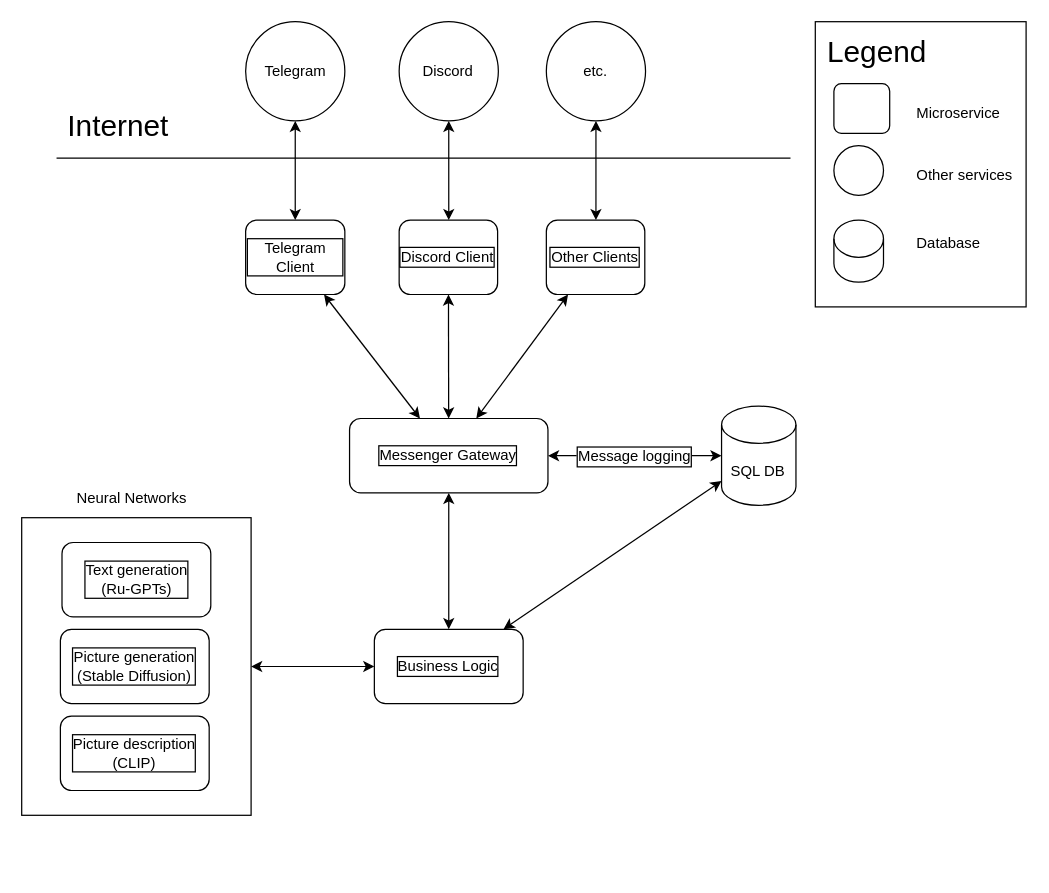
Before: diagrams/GeneralArchitecture.drawio in Kepler-Br/omega-momiji-architecture, a draw.io diagram. Source tidied: cells renumbered, new cells numbered last; positions are measured from the earlier drawing's top-left corner, leaving out a move shared by most shapes. Both pictures are drawn from the tidied source at 124%, with x=0, y=0 at pixel (21, 21).
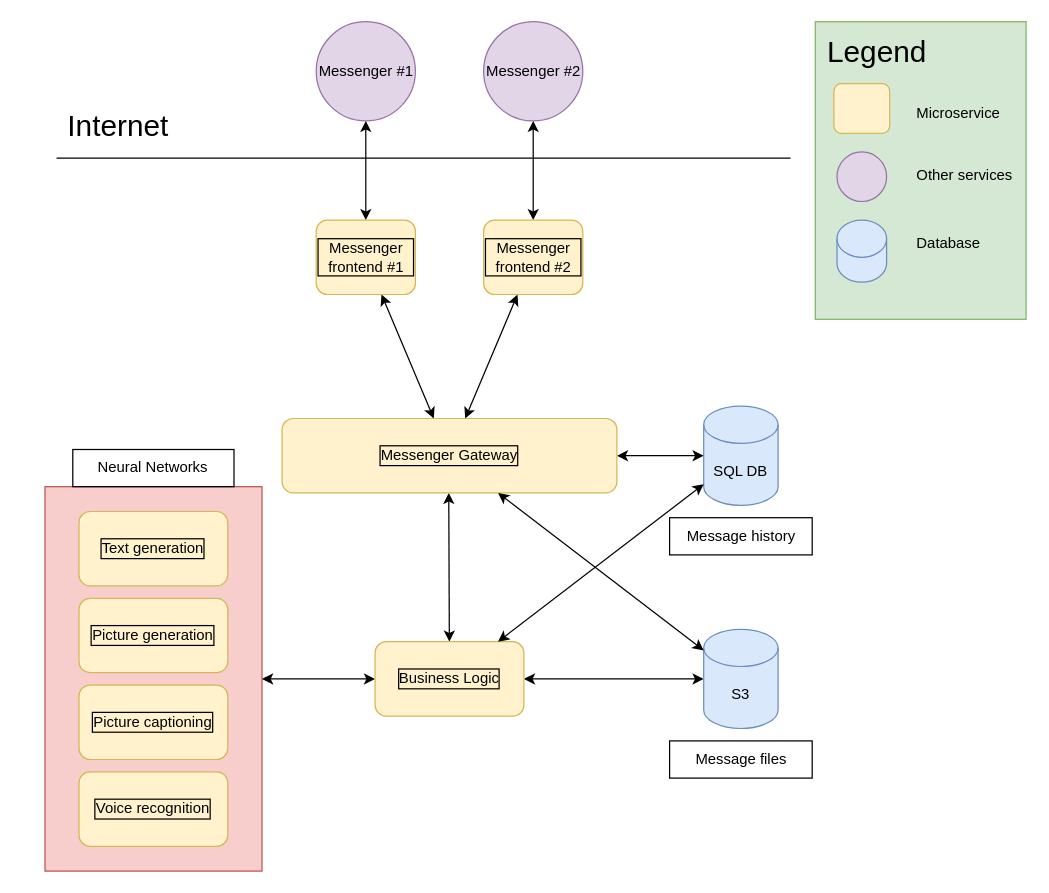
Above is the later version.

Commit message (it also covers changes not shown here):
Swagger descriptions and updated architecture overview

The change refers to these unchanged cells:
```xml
<mxCell id="9" style="endArrow=classic;startArrow=classic;html=1;rounded=0;" parent="1" edge="1" source="21" target="8">
  <mxGeometry relative="1" as="geometry" />
</mxCell>
```

What changed in the source:
```diff
@@
-    <mxCell id="2" style="rounded=0;whiteSpace=wrap;html=1;labelBorderColor=default;fontSize=24;" parent="1" vertex="1">
-      <mxGeometry x="640" width="170" height="230" as="geometry" />
+    <mxCell id="2" style="rounded=0;whiteSpace=wrap;html=1;labelBorderColor=default;fontSize=24;fillColor=#d5e8d4;strokeColor=#82b366;" parent="1" vertex="1">
+      <mxGeometry x="640" width="170" height="240" as="geometry" />
     </mxCell>
-    <mxCell id="3" style="whiteSpace=wrap;html=1;" parent="1" vertex="1">
-      <mxGeometry y="400" width="185" height="240" as="geometry" />
+    <mxCell id="3" style="whiteSpace=wrap;html=1;fillColor=#f8cecc;strokeColor=#b85450;" parent="1" vertex="1">
+      <mxGeometry x="18.8" y="375" width="175" height="310" as="geometry" />
     </mxCell>
-    <mxCell id="4" value="Neural Networks" style="text;html=1;strokeColor=none;fillColor=none;align=center;verticalAlign=middle;whiteSpace=wrap;rounded=0;" parent="1" vertex="1">
-      <mxGeometry x="24.4" y="370" width="130" height="30" as="geometry" />
+    <mxCell id="4" value="Neural Networks" style="text;html=1;strokeColor=default;fillColor=none;align=center;verticalAlign=middle;whiteSpace=wrap;rounded=0;" parent="1" vertex="1">
+      <mxGeometry x="41.2" y="345" width="130" height="30" as="geometry" />
     </mxCell>
@@
-    <mxCell id="7" style="endArrow=classic;startArrow=classic;html=1;rounded=0;" parent="1" edge="1" source="21" target="24">
-      <mxGeometry relative="1" as="geometry" />
-    </mxCell>
-    <mxCell id="8" value="SQL DB" style="shape=cylinder3;whiteSpace=wrap;html=1;boundedLbl=1;backgroundOutline=1;size=15;" parent="1" vertex="1">
-      <mxGeometry x="564.4" y="310" width="60" height="80" as="geometry" />
+    <mxCell id="8" value="SQL DB" style="shape=cylinder3;whiteSpace=wrap;html=1;boundedLbl=1;backgroundOutline=1;size=15;fillColor=#dae8fc;strokeColor=#6c8ebf;" parent="1" vertex="1">
+      <mxGeometry x="550" y="310" width="60" height="80" as="geometry" />
     </mxCell>
@@
-    <mxCell id="10" value="Message logging" style="edgeLabel;html=1;align=center;verticalAlign=middle;fontSize=12;labelBorderColor=default;" parent="9" vertex="1">
-      <mxGeometry x="-0.02" relative="1" as="geometry" />
-    </mxCell>
@@
-    <mxCell id="12" value="Telegram" style="ellipse;whiteSpace=wrap;html=1;" parent="1" vertex="1">
-      <mxGeometry x="180.6" width="80" height="80" as="geometry" />
+    <mxCell id="12" value="Messenger #1" style="ellipse;whiteSpace=wrap;html=1;fillColor=#e1d5e7;strokeColor=#9673a6;" parent="1" vertex="1">
+      <mxGeometry x="237.5" width="80" height="80" as="geometry" />
     </mxCell>
-    <mxCell id="13" value="Discord" style="ellipse;whiteSpace=wrap;html=1;" parent="1" vertex="1">
-      <mxGeometry x="304.4" width="80" height="80" as="geometry" />
-    </mxCell>
-    <mxCell id="14" value="etc." style="ellipse;whiteSpace=wrap;html=1;" parent="1" vertex="1">
-      <mxGeometry x="423.1" width="80" height="80" as="geometry" />
+    <mxCell id="14" value="Messenger #2" style="ellipse;whiteSpace=wrap;html=1;fillColor=#e1d5e7;strokeColor=#9673a6;" parent="1" vertex="1">
+      <mxGeometry x="372.5" width="80" height="80" as="geometry" />
     </mxCell>
@@
     <mxCell id="17" style="endArrow=classic;startArrow=classic;html=1;rounded=0;" parent="1" edge="1" target="12">
       <mxGeometry relative="1" as="geometry">
-        <mxPoint x="220.6" y="160" as="sourcePoint" />
+        <mxPoint x="277.5" y="160" as="sourcePoint" />
       </mxGeometry>
     </mxCell>
-    <mxCell id="18" style="endArrow=classic;startArrow=classic;html=1;rounded=0;" parent="1" edge="1" target="13">
-      <mxGeometry relative="1" as="geometry">
-        <mxPoint x="344.4" y="160" as="sourcePoint" />
-      </mxGeometry>
-    </mxCell>
-    <mxCell id="19" style="endArrow=classic;startArrow=classic;html=1;rounded=0;" parent="1" edge="1" target="14">
-      <mxGeometry relative="1" as="geometry">
-        <mxPoint x="463.1" y="160" as="sourcePoint" />
-      </mxGeometry>
+    <mxCell id="19" style="endArrow=classic;startArrow=classic;html=1;rounded=0;" parent="1" edge="1" source="44" target="14">
+      <mxGeometry relative="1" as="geometry" />
     </mxCell>
-    <mxCell id="20" style="endArrow=classic;startArrow=classic;html=1;rounded=0;fontSize=24;" parent="1" edge="1" source="8" target="23">
+    <mxCell id="20" style="endArrow=classic;startArrow=classic;html=1;rounded=0;fontSize=24;" parent="1" edge="1" source="37" target="23">
       <mxGeometry relative="1" as="geometry" />
     </mxCell>
-    <mxCell id="21" value="Messenger Gateway" style="rounded=1;whiteSpace=wrap;html=1;labelBorderColor=default;fontSize=12;" parent="1" vertex="1">
-      <mxGeometry x="264.4" y="320" width="160" height="60" as="geometry" />
+    <mxCell id="21" value="Messenger Gateway" style="rounded=1;whiteSpace=wrap;html=1;labelBorderColor=default;fontSize=12;fillColor=#fff2cc;strokeColor=#d6b656;" parent="1" vertex="1">
+      <mxGeometry x="210" y="320" width="270" height="60" as="geometry" />
     </mxCell>
-    <mxCell id="22" value="Telegram Client" style="rounded=1;whiteSpace=wrap;html=1;labelBorderColor=default;fontSize=12;" parent="1" vertex="1">
-      <mxGeometry x="180.6" y="160" width="80" height="60" as="geometry" />
+    <mxCell id="22" value="Messenger frontend #1" style="rounded=1;whiteSpace=wrap;html=1;labelBorderColor=default;fontSize=12;fillColor=#fff2cc;strokeColor=#d6b656;" parent="1" vertex="1">
+      <mxGeometry x="237.5" y="160" width="80" height="60" as="geometry" />
     </mxCell>
-    <mxCell id="23" value="Business Logic" style="rounded=1;whiteSpace=wrap;html=1;labelBorderColor=default;fontSize=12;" parent="1" vertex="1">
-      <mxGeometry x="284.4" y="490" width="120" height="60" as="geometry" />
+    <mxCell id="23" value="Business Logic" style="rounded=1;whiteSpace=wrap;html=1;labelBorderColor=default;fontSize=12;fillColor=#fff2cc;strokeColor=#d6b656;" parent="1" vertex="1">
+      <mxGeometry x="285" y="500" width="120" height="60" as="geometry" />
     </mxCell>
-    <mxCell id="24" value="Discord Client" style="rounded=1;whiteSpace=wrap;html=1;labelBorderColor=default;fontSize=12;" parent="1" vertex="1">
-      <mxGeometry x="304.4" y="160" width="79.4" height="60" as="geometry" />
-    </mxCell>
-    <mxCell id="25" value="Other Clients" style="rounded=1;whiteSpace=wrap;html=1;labelBorderColor=default;fontSize=12;" parent="1" vertex="1">
-      <mxGeometry x="423.1" y="160" width="79.4" height="60" as="geometry" />
-    </mxCell>
-    <mxCell id="26" style="endArrow=classic;startArrow=classic;html=1;rounded=0;fontSize=12;" parent="1" edge="1" source="21" target="25">
+    <mxCell id="26" style="endArrow=classic;startArrow=classic;html=1;rounded=0;fontSize=12;" parent="1" edge="1" source="21" target="44">
       <mxGeometry relative="1" as="geometry" />
     </mxCell>
-    <mxCell id="27" value="Picture description&lt;br&gt;(CLIP)" style="rounded=1;whiteSpace=wrap;html=1;labelBorderColor=default;fontSize=12;" parent="1" vertex="1">
-      <mxGeometry x="31.2" y="560" width="120" height="60" as="geometry" />
+    <mxCell id="27" value="Picture captioning" style="rounded=1;whiteSpace=wrap;html=1;labelBorderColor=default;fontSize=12;fillColor=#fff2cc;strokeColor=#d6b656;" parent="1" vertex="1">
+      <mxGeometry x="46.2" y="535" width="120" height="60" as="geometry" />
     </mxCell>
-    <mxCell id="28" value="Picture generation&lt;br&gt;(Stable Diffusion)" style="rounded=1;whiteSpace=wrap;html=1;labelBorderColor=default;fontSize=12;" parent="1" vertex="1">
-      <mxGeometry x="31.2" y="490" width="120" height="60" as="geometry" />
+    <mxCell id="28" value="Picture generation" style="rounded=1;whiteSpace=wrap;html=1;labelBorderColor=default;fontSize=12;fillColor=#fff2cc;strokeColor=#d6b656;" parent="1" vertex="1">
+      <mxGeometry x="46.2" y="465" width="120" height="60" as="geometry" />
     </mxCell>
-    <mxCell id="29" value="Text generation&lt;br&gt;(Ru-GPTs)" style="rounded=1;whiteSpace=wrap;html=1;labelBorderColor=default;fontSize=12;" parent="1" vertex="1">
-      <mxGeometry x="32.5" y="420" width="120" height="60" as="geometry" />
-    </mxCell>
@@
-    <mxCell id="31" style="rounded=1;whiteSpace=wrap;html=1;labelBorderColor=default;fontSize=12;" parent="1" vertex="1">
+    <mxCell id="31" style="rounded=1;whiteSpace=wrap;html=1;labelBorderColor=default;fontSize=12;fillColor=#fff2cc;strokeColor=#d6b656;" parent="1" vertex="1">
       <mxGeometry x="655" y="50" width="45" height="40" as="geometry" />
     </mxCell>
-    <mxCell id="32" style="ellipse;whiteSpace=wrap;html=1;labelBorderColor=default;fontSize=12;" parent="1" vertex="1">
-      <mxGeometry x="655" y="100" width="40" height="40" as="geometry" />
+    <mxCell id="32" style="ellipse;whiteSpace=wrap;html=1;labelBorderColor=default;fontSize=12;fillColor=#e1d5e7;strokeColor=#9673a6;" parent="1" vertex="1">
+      <mxGeometry x="657.5" y="105" width="40" height="40" as="geometry" />
     </mxCell>
-    <mxCell id="33" style="shape=cylinder3;whiteSpace=wrap;html=1;boundedLbl=1;backgroundOutline=1;size=15;labelBorderColor=default;fontSize=12;" parent="1" vertex="1">
-      <mxGeometry x="655" y="160" width="40" height="50" as="geometry" />
+    <mxCell id="33" style="shape=cylinder3;whiteSpace=wrap;html=1;boundedLbl=1;backgroundOutline=1;size=15;labelBorderColor=default;fontSize=12;fillColor=#dae8fc;strokeColor=#6c8ebf;" parent="1" vertex="1">
+      <mxGeometry x="657.5" y="160" width="40" height="50" as="geometry" />
     </mxCell>
@@
+    <mxCell id="37" value="S3" style="shape=cylinder3;whiteSpace=wrap;html=1;boundedLbl=1;backgroundOutline=1;size=15;fillColor=#dae8fc;strokeColor=#6c8ebf;" parent="1" vertex="1">
+      <mxGeometry x="550" y="490" width="60" height="80" as="geometry" />
+    </mxCell>
+    <mxCell id="38" style="endArrow=classic;startArrow=classic;html=1;rounded=0;" parent="1" edge="1" source="21" target="37">
+      <mxGeometry relative="1" as="geometry" />
+    </mxCell>
+    <mxCell id="39" style="endArrow=classic;startArrow=classic;html=1;rounded=0;fontSize=24;" parent="1" edge="1" source="8" target="23">
+      <mxGeometry relative="1" as="geometry" />
+    </mxCell>
+    <mxCell id="40" value="Voice recognition" style="rounded=1;whiteSpace=wrap;html=1;labelBorderColor=default;fontSize=12;fillColor=#fff2cc;strokeColor=#d6b656;" parent="1" vertex="1">
+      <mxGeometry x="46.2" y="605" width="120" height="60" as="geometry" />
+    </mxCell>
+    <mxCell id="41" value="Text generation" style="rounded=1;whiteSpace=wrap;html=1;labelBorderColor=default;fontSize=12;fillColor=#fff2cc;strokeColor=#d6b656;" parent="1" vertex="1">
+      <mxGeometry x="46.2" y="395" width="120" height="60" as="geometry" />
+    </mxCell>
+    <mxCell id="42" value="Message history" style="text;html=1;strokeColor=default;fillColor=none;align=center;verticalAlign=middle;whiteSpace=wrap;rounded=0;" parent="1" vertex="1">
+      <mxGeometry x="522.5" y="400" width="115" height="30" as="geometry" />
+    </mxCell>
+    <mxCell id="43" value="Message files" style="text;html=1;strokeColor=default;fillColor=none;align=center;verticalAlign=middle;whiteSpace=wrap;rounded=0;" parent="1" vertex="1">
+      <mxGeometry x="522.5" y="580" width="115" height="30" as="geometry" />
+    </mxCell>
+    <mxCell id="44" value="Messenger frontend #2" style="rounded=1;whiteSpace=wrap;html=1;labelBorderColor=default;fontSize=12;fillColor=#fff2cc;strokeColor=#d6b656;" parent="1" vertex="1">
+      <mxGeometry x="372.5" y="160" width="80" height="60" as="geometry" />
+    </mxCell>
```
